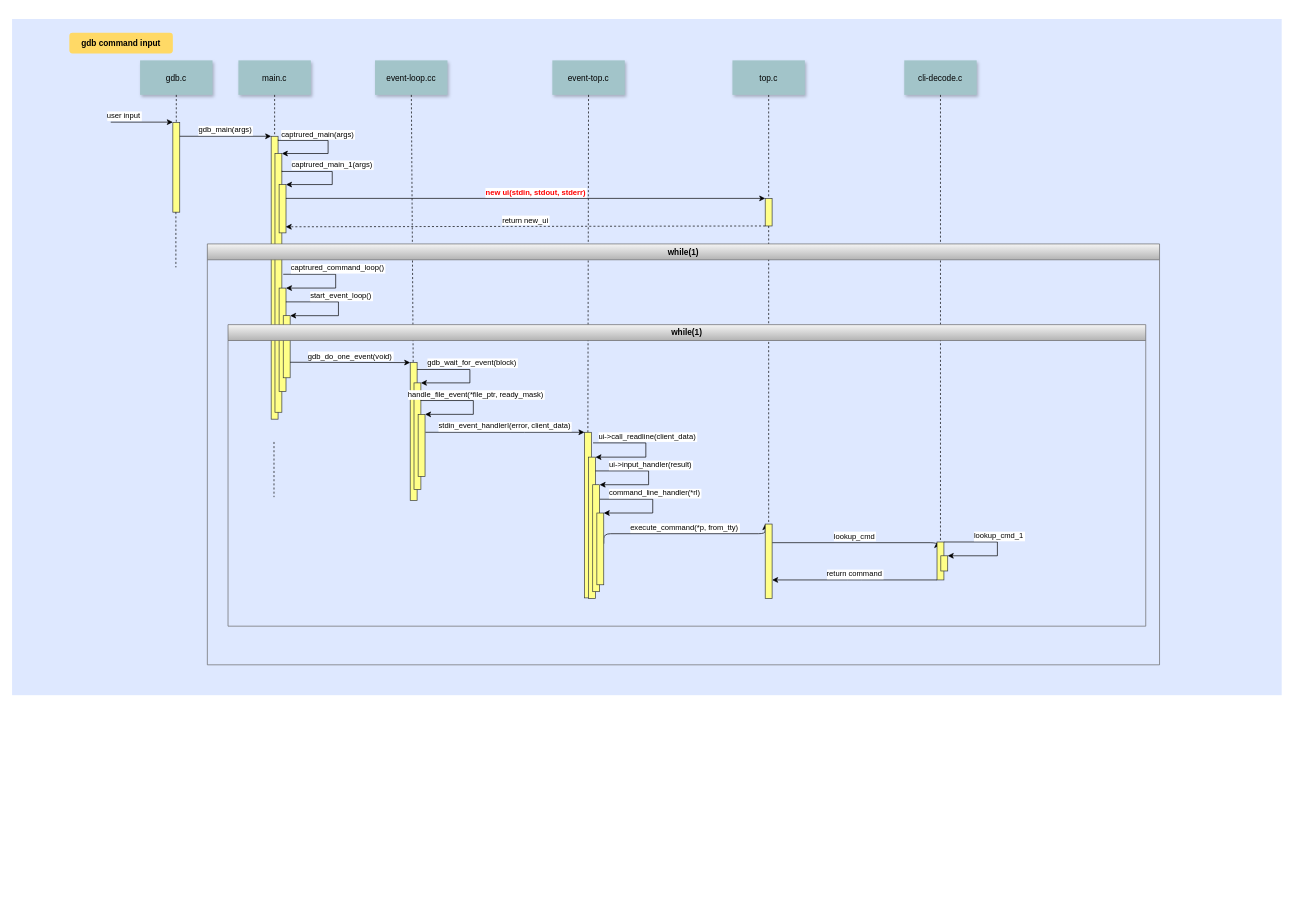
Above: Biểu đồ không có tiêu đề.drawio in hieunguyenbv/gdb_flow (draw.io), before the change. Source tidied: cells renumbered, new cells numbered last; positions are measured from the earlier drawing's top-left corner, leaving out a move shared by most shapes. Both pictures are drawn from the tidied source at 69%, with x=0, y=0 at pixel (12, 19).
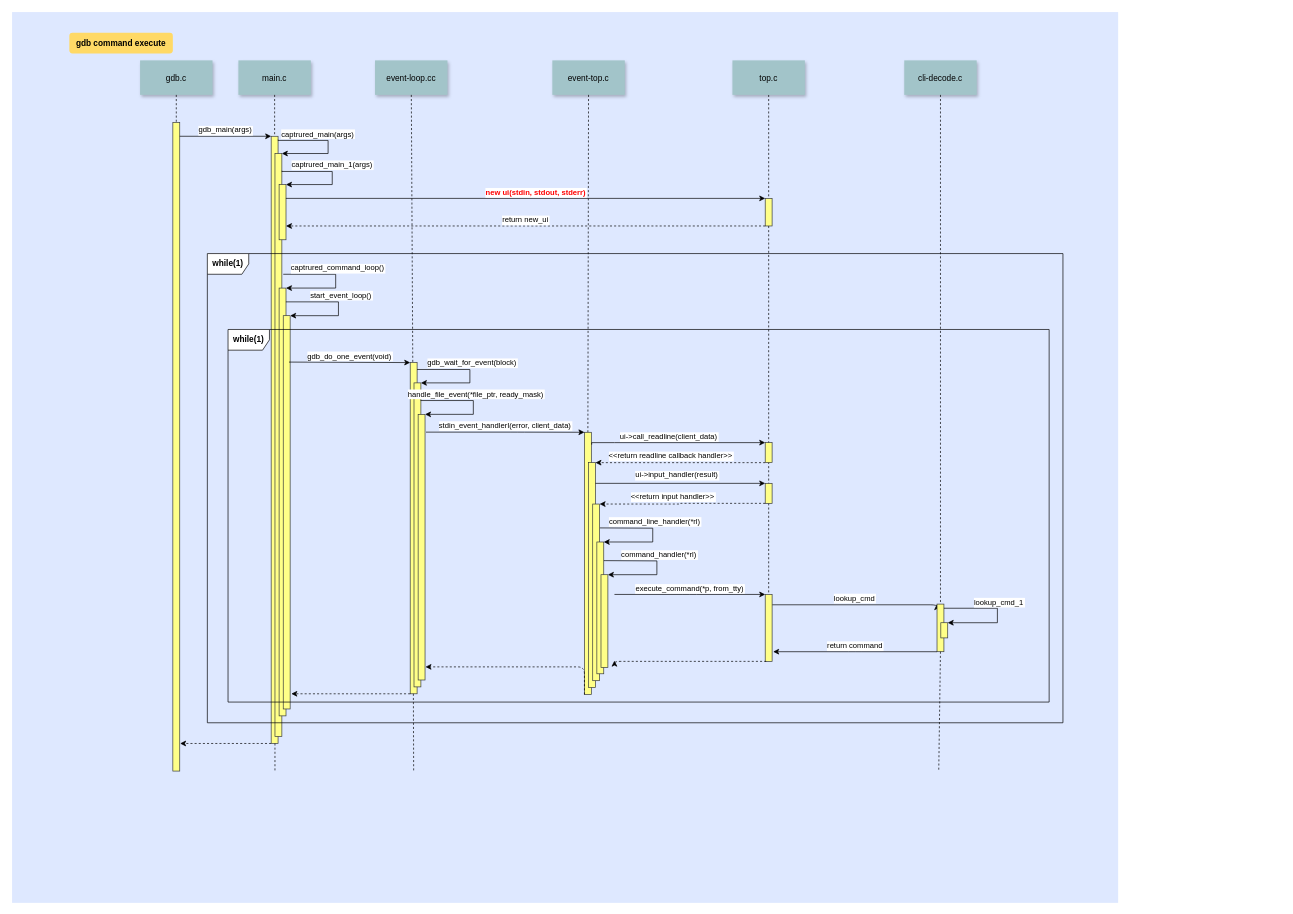
The same page after the edit.

Commit message:
Cập nhật Biểu đồ không có tiêu đề.drawio

The change refers to these unchanged cells:
```xml
<mxCell id="16" style="fillColor=#ffff88;strokeColor=#36393d;" parent="1" vertex="1">
  <mxGeometry x="1091.5" y="260" width="10" height="40" as="geometry" />
</mxCell>
```

Change to the diagram source:
```diff
@@
     <mxCell id="2" style="fillColor=#DEE8FF;strokeColor=none;" parent="1" vertex="1">
-      <mxGeometry width="1840" height="980" as="geometry" />
+      <mxGeometry y="-10" width="1603" height="1291" as="geometry" />
     </mxCell>
     <mxCell id="3" style="fillColor=#ffff88;strokeColor=#36393d;" parent="1" vertex="1">
-      <mxGeometry x="233" y="150" width="10" height="130" as="geometry" />
+      <mxGeometry x="233" y="150" width="10" height="940" as="geometry" />
     </mxCell>
-    <mxCell id="4" value="user input" style="edgeStyle=none;verticalLabelPosition=top;verticalAlign=bottom;labelPosition=left;align=right;" parent="1" edge="1">
-      <mxGeometry x="110" y="49.5" as="geometry">
-        <mxPoint x="143" y="149.5" as="sourcePoint" />
-        <mxPoint x="233" y="149.5" as="targetPoint" />
-      </mxGeometry>
-    </mxCell>
@@
     <mxCell id="6" style="fillColor=#ffff88;strokeColor=#36393d;" parent="1" vertex="1">
-      <mxGeometry x="375.5" y="170" width="10" height="410" as="geometry" />
+      <mxGeometry x="375.5" y="170" width="10" height="880" as="geometry" />
     </mxCell>
@@
-    <mxCell id="12" value="gdb command input" style="rounded=1;fontStyle=1;fillColor=#FFD966;strokeColor=none;" parent="1" vertex="1">
+    <mxCell id="12" value="gdb command execute" style="rounded=1;fontStyle=1;fillColor=#FFD966;strokeColor=none;" parent="1" vertex="1">
       <mxGeometry x="83" y="20" width="150" height="30" as="geometry" />
     </mxCell>
     <mxCell id="13" style="fillColor=#ffff88;strokeColor=#36393d;" parent="1" vertex="1">
-      <mxGeometry x="381" y="195" width="10" height="375" as="geometry" />
+      <mxGeometry x="381" y="195" width="10" height="845" as="geometry" />
     </mxCell>
     <mxCell id="14" style="fillColor=#ffff88;strokeColor=#36393d;" parent="1" vertex="1">
-      <mxGeometry x="387" y="240" width="10" height="70" as="geometry" />
+      <mxGeometry x="387" y="240" width="10" height="80" as="geometry" />
     </mxCell>
@@
-    <mxCell id="18" value="return new_ui" style="edgeStyle=none;verticalLabelPosition=top;verticalAlign=bottom;entryX=0.96;entryY=0.874;entryDx=0;entryDy=0;dashed=1;exitX=0;exitY=1;exitDx=0;exitDy=0;entryPerimeter=0;" parent="1" edge="1" source="16" target="14">
+    <mxCell id="18" value="return new_ui" style="edgeStyle=none;verticalLabelPosition=top;verticalAlign=bottom;entryX=1;entryY=0.75;entryDx=0;entryDy=0;dashed=1;exitX=0;exitY=1;exitDx=0;exitDy=0;" parent="1" edge="1" source="16" target="14">
       <mxGeometry x="220" y="92" as="geometry" />
     </mxCell>
-    <mxCell id="19" style="edgeStyle=none;endArrow=none;dashed=1;exitX=0.5;exitY=1;exitDx=0;exitDy=0;" parent="1" edge="1">
-      <mxGeometry x="96.6" y="-70.3" as="geometry">
-        <mxPoint x="237.4" y="280" as="sourcePoint" />
-        <mxPoint x="237.4" y="360" as="targetPoint" />
-      </mxGeometry>
-    </mxCell>
@@
-    <mxCell id="30" value="lookup_cmd" style="edgeStyle=elbowEdgeStyle;elbow=vertical;verticalLabelPosition=top;verticalAlign=bottom;entryX=0;entryY=0;entryDx=0;entryDy=0;exitX=1;exitY=0.25;exitDx=0;exitDy=0;" parent="1" edge="1" source="52" target="31">
-      <mxGeometry x="1495.4" y="693.7" as="geometry" />
+    <mxCell id="30" value="lookup_cmd" style="edgeStyle=elbowEdgeStyle;elbow=vertical;verticalLabelPosition=top;verticalAlign=bottom;entryX=0;entryY=0;entryDx=0;entryDy=0;exitX=1;exitY=0.25;exitDx=0;exitDy=0;" parent="1" edge="1" target="31">
+      <mxGeometry x="1495.4" y="693.7" as="geometry">
+        <mxPoint x="1101.5" y="849" as="sourcePoint" />
+      </mxGeometry>
     </mxCell>
     <mxCell id="31" style="fillColor=#ffff88;strokeColor=#36393d;" parent="1" vertex="1">
-      <mxGeometry x="1340.5" y="758" width="10" height="55" as="geometry" />
+      <mxGeometry x="1340.5" y="848" width="10" height="69" as="geometry" />
     </mxCell>
-    <mxCell id="32" value="return command" style="edgeStyle=elbowEdgeStyle;elbow=vertical;verticalLabelPosition=top;verticalAlign=bottom;entryX=1;entryY=0.75;entryDx=0;entryDy=0;exitX=0;exitY=1;exitDx=0;exitDy=0;" parent="1" edge="1" source="31" target="52">
-      <mxGeometry x="1510" y="696.7" as="geometry" />
+    <mxCell id="32" value="return command" style="edgeStyle=elbowEdgeStyle;elbow=vertical;verticalLabelPosition=top;verticalAlign=bottom;exitX=0;exitY=1;exitDx=0;exitDy=0;" parent="1" edge="1" source="31">
+      <mxGeometry x="1510" y="696.7" as="geometry">
+        <mxPoint x="1103" y="917" as="targetPoint" />
+      </mxGeometry>
     </mxCell>
-    <mxCell id="33" value="lookup_cmd_1" style="edgeStyle=orthogonalEdgeStyle;verticalLabelPosition=top;verticalAlign=bottom;flowAnimation=0;rounded=0;strokeColor=default;jumpStyle=none;shadow=0;comic=0;noJump=0;entryX=1;entryY=0;entryDx=0;entryDy=0;exitX=1;exitY=0;exitDx=0;exitDy=0;" parent="1" edge="1" source="31" target="43">
+    <mxCell id="33" value="lookup_cmd_1" style="edgeStyle=orthogonalEdgeStyle;verticalLabelPosition=top;verticalAlign=bottom;flowAnimation=0;rounded=0;strokeColor=default;jumpStyle=none;shadow=0;comic=0;noJump=0;entryX=1;entryY=0;entryDx=0;entryDy=0;exitX=1;exitY=0;exitDx=0;exitDy=0;" parent="1" edge="1" target="43">
       <mxGeometry x="360" y="-375" as="geometry">
+        <mxPoint x="1350.5" y="854" as="sourcePoint" />
         <Array as="points">
-          <mxPoint x="1428" y="758" />
-          <mxPoint x="1428" y="778" />
+          <mxPoint x="1428" y="854" />
+          <mxPoint x="1428" y="875" />
         </Array>
         <mxPoint x="77" y="-10" as="offset" />
       </mxGeometry>
     </mxCell>
     <mxCell id="34" style="group;strokeWidth=4;" parent="1" vertex="1">
-      <mxGeometry x="829.5" y="599" width="222.5" height="240" as="geometry" />
+      <mxGeometry x="829.5" y="599" width="222.5" height="380" as="geometry" />
     </mxCell>
     <mxCell id="35" style="fillColor=#ffff88;strokeColor=#36393d;" parent="34" vertex="1">
-      <mxGeometry width="10" height="240" as="geometry" />
+      <mxGeometry width="10" height="380" as="geometry" />
     </mxCell>
-    <mxCell id="36" value="execute_command(*p, from_tty)" style="edgeStyle=elbowEdgeStyle;elbow=vertical;verticalLabelPosition=top;verticalAlign=bottom;entryX=0;entryY=0;entryDx=0;entryDy=0;" parent="34" edge="1" target="52">
-      <mxGeometry x="1253.5" y="516.7" as="geometry">
-        <mxPoint x="28" y="161.4" as="sourcePoint" />
-      </mxGeometry>
-    </mxCell>
-    <mxCell id="37" value="ui-&gt;call_readline(client_data)" style="edgeStyle=orthogonalEdgeStyle;verticalLabelPosition=top;verticalAlign=bottom;flowAnimation=0;rounded=0;strokeColor=default;jumpStyle=none;shadow=0;comic=0;noJump=0;entryX=1;entryY=0;entryDx=0;entryDy=0;exitX=1.248;exitY=0.064;exitDx=0;exitDy=0;exitPerimeter=0;" parent="34" edge="1" source="35" target="39">
-      <mxGeometry x="393.5" y="-145" as="geometry">
-        <Array as="points">
-          <mxPoint x="89" y="15" />
-          <mxPoint x="89" y="36" />
-        </Array>
-        <mxPoint x="77" y="-10" as="offset" />
-      </mxGeometry>
-    </mxCell>
-    <mxCell id="38" value="command_line_handler(*rl)" style="edgeStyle=orthogonalEdgeStyle;verticalLabelPosition=top;verticalAlign=bottom;flowAnimation=0;rounded=0;strokeColor=default;jumpStyle=none;shadow=0;comic=0;noJump=0;entryX=1;entryY=0;entryDx=0;entryDy=0;" parent="34" edge="1" target="42">
-      <mxGeometry x="103.5" y="-555" as="geometry">
-        <mxPoint x="22" y="97" as="sourcePoint" />
+    <mxCell id="38" value="command_line_handler(*rl)" style="edgeStyle=orthogonalEdgeStyle;verticalLabelPosition=top;verticalAlign=bottom;flowAnimation=0;rounded=0;strokeColor=default;jumpStyle=none;shadow=0;comic=0;noJump=0;entryX=1;entryY=0;entryDx=0;entryDy=0;exitX=1.017;exitY=0.125;exitDx=0;exitDy=0;exitPerimeter=0;" parent="34" edge="1" target="42">
+      <mxGeometry as="geometry">
+        <mxPoint x="22.2" y="138.6" as="sourcePoint" />
         <Array as="points">
-          <mxPoint x="99" y="97" />
-          <mxPoint x="99" y="117" />
+          <mxPoint x="24" y="139" />
+          <mxPoint x="99" y="139" />
+          <mxPoint x="99" y="159" />
+          <mxPoint x="28" y="159" />
         </Array>
         <mxPoint x="77" y="-10" as="offset" />
       </mxGeometry>
     </mxCell>
     <mxCell id="39" style="fillColor=#ffff88;strokeColor=#36393d;" parent="34" vertex="1">
-      <mxGeometry x="6" y="36" width="10" height="205" as="geometry" />
+      <mxGeometry x="6" y="44" width="10" height="326" as="geometry" />
     </mxCell>
-    <mxCell id="40" value="ui-&gt;input_handler(result)" style="edgeStyle=orthogonalEdgeStyle;verticalLabelPosition=top;verticalAlign=bottom;flowAnimation=0;rounded=0;strokeColor=default;jumpStyle=none;shadow=0;comic=0;noJump=0;entryX=1;entryY=0;entryDx=0;entryDy=0;" parent="34" edge="1" target="41">
-      <mxGeometry x="393.5" y="-144" as="geometry">
-        <mxPoint x="16" y="56" as="sourcePoint" />
+    <mxCell id="40" value="ui-&gt;input_handler(result)" style="edgeStyle=orthogonalEdgeStyle;verticalLabelPosition=top;verticalAlign=bottom;flowAnimation=0;rounded=0;strokeColor=default;jumpStyle=none;shadow=0;comic=0;noJump=0;entryX=0;entryY=0;entryDx=0;entryDy=0;" parent="34" edge="1" target="63">
+      <mxGeometry as="geometry">
+        <mxPoint x="16" y="74" as="sourcePoint" />
         <Array as="points">
-          <mxPoint x="93" y="56" />
-          <mxPoint x="93" y="76" />
+          <mxPoint x="262" y="74" />
         </Array>
-        <mxPoint x="77" y="-10" as="offset" />
+        <mxPoint x="-5" y="-3" as="offset" />
       </mxGeometry>
     </mxCell>
     <mxCell id="41" style="fillColor=#ffff88;strokeColor=#36393d;" parent="34" vertex="1">
-      <mxGeometry x="12" y="76" width="10" height="155" as="geometry" />
+      <mxGeometry x="12" y="104" width="10" height="256" as="geometry" />
     </mxCell>
     <mxCell id="42" style="fillColor=#ffff88;strokeColor=#36393d;" parent="34" vertex="1">
-      <mxGeometry x="18" y="117" width="10" height="104" as="geometry" />
+      <mxGeometry x="18" y="159" width="10" height="191" as="geometry" />
     </mxCell>
     <mxCell id="43" style="fillColor=#ffff88;strokeColor=#36393d;" parent="1" vertex="1">
-      <mxGeometry x="1346" y="778" width="10" height="22" as="geometry" />
+      <mxGeometry x="1346" y="875" width="10" height="22" as="geometry" />
     </mxCell>
@@
-    <mxCell id="45" value="stdin_event_handlerI(error, client_data)" style="edgeStyle=elbowEdgeStyle;elbow=horizontal;verticalLabelPosition=top;verticalAlign=bottom;entryX=0;entryY=0;entryDx=0;entryDy=0;exitX=1.049;exitY=0.289;exitDx=0;exitDy=0;exitPerimeter=0;" parent="1" edge="1" source="58" target="35">
+    <mxCell id="45" value="stdin_event_handlerI(error, client_data)" style="edgeStyle=elbowEdgeStyle;elbow=horizontal;verticalLabelPosition=top;verticalAlign=bottom;entryX=0;entryY=0;entryDx=0;entryDy=0;exitX=1.141;exitY=0.067;exitDx=0;exitDy=0;exitPerimeter=0;" parent="1" edge="1" source="58" target="35">
       <mxGeometry x="580" y="374.7" as="geometry">
         <Array as="points">
           <mxPoint x="733" y="600" />
         </Array>
       </mxGeometry>
     </mxCell>
@@
     <mxCell id="47" style="fillColor=#ffff88;strokeColor=#36393d;" parent="1" vertex="1">
-      <mxGeometry x="387" y="390" width="10" height="150" as="geometry" />
+      <mxGeometry x="387" y="390" width="10" height="620" as="geometry" />
     </mxCell>
-    <mxCell id="48" value="while(1)" style="swimlane;whiteSpace=wrap;html=1;swimlaneFillColor=none;fillColor=#f5f5f5;strokeColor=#666666;gradientColor=#b3b3b3;" parent="1" vertex="1">
-      <mxGeometry x="283" y="326" width="1380" height="610" as="geometry" />
-    </mxCell>
@@
     <mxCell id="50" style="fillColor=#ffff88;strokeColor=#36393d;" parent="1" vertex="1">
-      <mxGeometry x="393" y="430" width="10" height="90" as="geometry" />
+      <mxGeometry x="393" y="430" width="10" height="570" as="geometry" />
     </mxCell>
-    <mxCell id="51" value="gdb_do_one_event(void)" style="edgeStyle=elbowEdgeStyle;elbow=vertical;verticalLabelPosition=top;verticalAlign=bottom;entryX=0;entryY=0;entryDx=0;entryDy=0;exitX=1;exitY=0.75;exitDx=0;exitDy=0;" parent="1" edge="1" source="50" target="54">
+    <mxCell id="51" value="gdb_do_one_event(void)" style="edgeStyle=elbowEdgeStyle;elbow=vertical;verticalLabelPosition=top;verticalAlign=bottom;entryX=0;entryY=0;entryDx=0;entryDy=0;exitX=0.833;exitY=0.118;exitDx=0;exitDy=0;exitPerimeter=0;" parent="1" edge="1" source="50" target="54">
       <mxGeometry x="830" y="704.7" as="geometry" />
     </mxCell>
     <mxCell id="52" style="fillColor=#ffff88;strokeColor=#36393d;" parent="1" vertex="1">
-      <mxGeometry x="1091.5" y="732" width="10" height="108" as="geometry" />
+      <mxGeometry x="1091.5" y="834" width="10" height="97" as="geometry" />
     </mxCell>
     <mxCell id="53" style="group;" parent="1" vertex="1">
-      <mxGeometry x="577" y="498" width="91.5" height="200" as="geometry" />
+      <mxGeometry x="577" y="498" width="91.5" height="520" as="geometry" />
     </mxCell>
     <mxCell id="54" style="fillColor=#ffff88;strokeColor=#36393d;" parent="53" vertex="1">
-      <mxGeometry width="10" height="200" as="geometry" />
+      <mxGeometry width="10" height="480" as="geometry" />
     </mxCell>
     <mxCell id="55" style="fillColor=#ffff88;strokeColor=#36393d;" parent="53" vertex="1">
-      <mxGeometry x="5.5" y="29.4" width="10" height="154.6" as="geometry" />
+      <mxGeometry x="5.5" y="29.4" width="10" height="440.6" as="geometry" />
     </mxCell>
@@
     <mxCell id="58" style="fillColor=#ffff88;strokeColor=#36393d;" parent="53" vertex="1">
-      <mxGeometry x="11.5" y="75" width="10" height="90" as="geometry" />
+      <mxGeometry x="11.5" y="75" width="10" height="385" as="geometry" />
     </mxCell>
-    <mxCell id="59" value="while(1)" style="swimlane;whiteSpace=wrap;html=1;fillColor=#f5f5f5;strokeColor=#666666;gradientColor=#b3b3b3;" parent="1" vertex="1">
-      <mxGeometry x="313" y="443" width="1330" height="437" as="geometry" />
-    </mxCell>
+    <mxCell id="61" style="edgeStyle=none;endArrow=none;dashed=1;exitX=0.5;exitY=1;exitDx=0;exitDy=0;" parent="53" edge="1">
+      <mxGeometry x="-167.4" y="-125.3" as="geometry">
+        <mxPoint x="4.6" y="480" as="sourcePoint" />
+        <mxPoint x="5" y="592" as="targetPoint" />
+      </mxGeometry>
+    </mxCell>
+    <mxCell id="37" value="ui-&gt;call_readline(client_data)" style="edgeStyle=orthogonalEdgeStyle;verticalLabelPosition=top;verticalAlign=bottom;flowAnimation=0;rounded=0;strokeColor=default;jumpStyle=none;shadow=0;comic=0;noJump=0;entryX=0;entryY=0;entryDx=0;entryDy=0;exitX=1.05;exitY=0.047;exitDx=0;exitDy=0;exitPerimeter=0;" parent="1" edge="1" source="35" target="73">
+      <mxGeometry as="geometry">
+        <Array as="points">
+          <mxPoint x="873" y="614" />
+          <mxPoint x="873" y="614" />
+        </Array>
+        <mxPoint x="-14" y="-1" as="offset" />
+      </mxGeometry>
+    </mxCell>
+    <mxCell id="62" value="&lt;&lt;return readline callback handler&gt;&gt;" style="edgeStyle=orthogonalEdgeStyle;verticalLabelPosition=top;verticalAlign=bottom;flowAnimation=0;rounded=0;strokeColor=default;jumpStyle=none;shadow=0;comic=0;noJump=0;entryX=1;entryY=0;entryDx=0;entryDy=0;exitX=0;exitY=1;exitDx=0;exitDy=0;dashed=1;" parent="1" edge="1" source="73" target="39">
+      <mxGeometry as="geometry">
+        <Array as="points">
+          <mxPoint x="846" y="643" />
+        </Array>
+        <mxPoint x="-14" y="-1" as="offset" />
+      </mxGeometry>
+    </mxCell>
+    <mxCell id="63" style="fillColor=#ffff88;strokeColor=#36393d;" parent="1" vertex="1">
+      <mxGeometry x="1091.5" y="673" width="10" height="29" as="geometry" />
+    </mxCell>
+    <mxCell id="64" value="&lt;&lt;return input handler&gt;&gt;" style="edgeStyle=orthogonalEdgeStyle;verticalLabelPosition=top;verticalAlign=bottom;flowAnimation=0;rounded=0;strokeColor=default;jumpStyle=none;shadow=0;comic=0;noJump=0;exitX=0;exitY=1;exitDx=0;exitDy=0;dashed=1;entryX=1;entryY=0;entryDx=0;entryDy=0;" parent="1" edge="1" source="63" target="41">
+      <mxGeometry as="geometry">
+        <Array as="points">
+          <mxPoint x="969" y="702" />
+          <mxPoint x="851" y="703" />
+        </Array>
+        <mxPoint x="-14" y="-1" as="offset" />
+      </mxGeometry>
+    </mxCell>
+    <mxCell id="36" value="execute_command(*p, from_tty)" style="edgeStyle=elbowEdgeStyle;elbow=vertical;verticalLabelPosition=top;verticalAlign=bottom;entryX=0;entryY=0;entryDx=0;entryDy=0;" parent="1" edge="1" target="52">
+      <mxGeometry x="2050" y="1115.7" as="geometry">
+        <mxPoint x="873" y="834" as="sourcePoint" />
+      </mxGeometry>
+    </mxCell>
+    <mxCell id="65" style="edgeStyle=elbowEdgeStyle;elbow=vertical;verticalLabelPosition=top;verticalAlign=bottom;dashed=1;" parent="1" edge="1">
+      <mxGeometry x="1510" y="696.7" as="geometry">
+        <mxPoint x="1093" y="931" as="sourcePoint" />
+        <mxPoint x="873" y="930" as="targetPoint" />
+      </mxGeometry>
+    </mxCell>
-    <mxCell id="60" style="edgeStyle=none;endArrow=none;dashed=1;exitX=0.5;exitY=1;exitDx=0;exitDy=0;" parent="59" edge="1">
-      <mxGeometry x="96.6" y="-70.3" as="geometry">
-        <mxPoint x="66.6" y="170" as="sourcePoint" />
-        <mxPoint x="66.6" y="250" as="targetPoint" />
+    <mxCell id="60" style="edgeStyle=none;endArrow=none;dashed=1;exitX=0.5;exitY=1;exitDx=0;exitDy=0;" parent="1" edge="1">
+      <mxGeometry x="376.6" y="372.7" as="geometry">
+        <mxPoint x="381" y="1050" as="sourcePoint" />
+        <mxPoint x="381" y="1090" as="targetPoint" />
       </mxGeometry>
     </mxCell>
+    <mxCell id="66" style="edgeStyle=none;endArrow=none;dashed=1;exitX=0.5;exitY=1;exitDx=0;exitDy=0;" parent="1" edge="1" source="31">
+      <mxGeometry x="376.6" y="372.7" as="geometry">
+        <mxPoint x="1343" y="1090" as="targetPoint" />
+      </mxGeometry>
+    </mxCell>
+    <mxCell id="67" style="edgeStyle=elbowEdgeStyle;elbow=vertical;verticalLabelPosition=top;verticalAlign=bottom;dashed=1;exitX=0;exitY=1;exitDx=0;exitDy=0;entryX=1.167;entryY=0.966;entryDx=0;entryDy=0;entryPerimeter=0;" parent="1" edge="1" source="54">
+      <mxGeometry x="1230" y="253.7" as="geometry">
+        <mxPoint x="404.7" y="978.6" as="targetPoint" />
+        <Array as="points">
+          <mxPoint x="493" y="978" />
+        </Array>
+      </mxGeometry>
+    </mxCell>
+    <mxCell id="68" style="edgeStyle=elbowEdgeStyle;elbow=vertical;verticalLabelPosition=top;verticalAlign=bottom;dashed=1;exitX=0;exitY=1;exitDx=0;exitDy=0;entryX=1.055;entryY=0.958;entryDx=0;entryDy=0;entryPerimeter=0;" parent="1" edge="1" source="6" target="3">
+      <mxGeometry x="1230" y="253.7" as="geometry">
+        <Array as="points">
+          <mxPoint x="291.5" y="1050" />
+        </Array>
+      </mxGeometry>
+    </mxCell>
+    <mxCell id="69" style="edgeStyle=elbowEdgeStyle;elbow=vertical;verticalLabelPosition=top;verticalAlign=bottom;dashed=1;exitX=0;exitY=1;exitDx=0;exitDy=0;entryX=1.064;entryY=0.951;entryDx=0;entryDy=0;entryPerimeter=0;" parent="1" edge="1" source="35" target="58">
+      <mxGeometry x="1510" y="696.7" as="geometry">
+        <Array as="points">
+          <mxPoint x="713" y="939" />
+        </Array>
+      </mxGeometry>
+    </mxCell>
+    <mxCell id="70" value="command_handler(*rl)" style="edgeStyle=orthogonalEdgeStyle;verticalLabelPosition=top;verticalAlign=bottom;flowAnimation=0;rounded=0;strokeColor=default;jumpStyle=none;shadow=0;comic=0;noJump=0;entryX=1;entryY=0;entryDx=0;entryDy=0;exitX=1.017;exitY=0.125;exitDx=0;exitDy=0;exitPerimeter=0;" parent="1" edge="1" target="71">
+      <mxGeometry as="geometry">
+        <mxPoint x="857.7" y="785" as="sourcePoint" />
+        <Array as="points">
+          <mxPoint x="859.5" y="785.4" />
+          <mxPoint x="934.5" y="785.4" />
+          <mxPoint x="934.5" y="805.4" />
+          <mxPoint x="863.5" y="805.4" />
+        </Array>
+        <mxPoint x="77" y="-10" as="offset" />
+      </mxGeometry>
+    </mxCell>
+    <mxCell id="71" style="fillColor=#ffff88;strokeColor=#36393d;" parent="1" vertex="1">
+      <mxGeometry x="853.5" y="805.4" width="10" height="134.6" as="geometry" />
+    </mxCell>
+    <mxCell id="72" value="&lt;span style=&quot;font-weight: 700;&quot;&gt;while(1)&lt;/span&gt;" style="shape=umlFrame;whiteSpace=wrap;html=1;" parent="1" vertex="1">
+      <mxGeometry x="283" y="340" width="1240" height="680" as="geometry" />
+    </mxCell>
+    <mxCell id="73" style="fillColor=#ffff88;strokeColor=#36393d;" parent="1" vertex="1">
+      <mxGeometry x="1091.5" y="614" width="10" height="29" as="geometry" />
+    </mxCell>
+    <mxCell id="74" value="&lt;span style=&quot;font-weight: 700;&quot;&gt;while(1)&lt;/span&gt;" style="shape=umlFrame;whiteSpace=wrap;html=1;" parent="1" vertex="1">
+      <mxGeometry x="313" y="450" width="1190" height="540" as="geometry" />
+    </mxCell>
```
